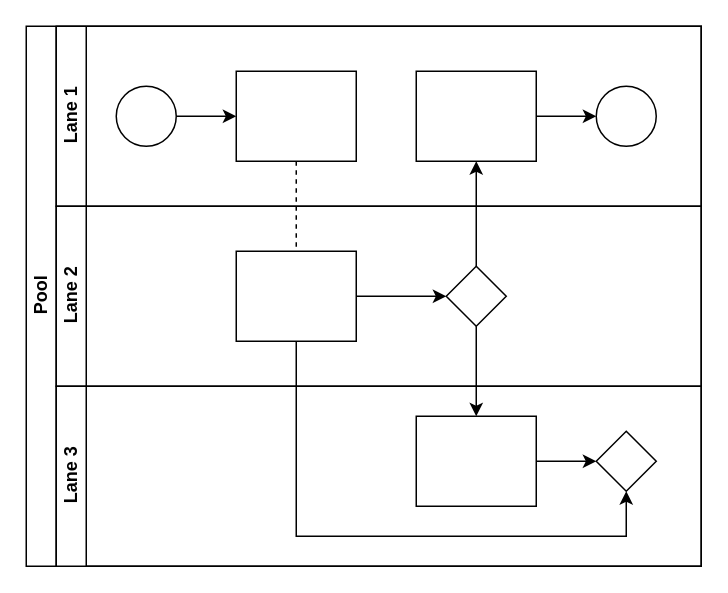
odtuders/learning keeps this draw.io diagram as Untitled Diagram.drawio. Above is the earlier version. Source tidied: cells renumbered, new cells numbered last; positions are measured from the earlier drawing's top-left corner, leaving out a move shared by most shapes. Both pictures are drawn from the tidied source at 150%, with x=0, y=0 at pixel (26, 26).
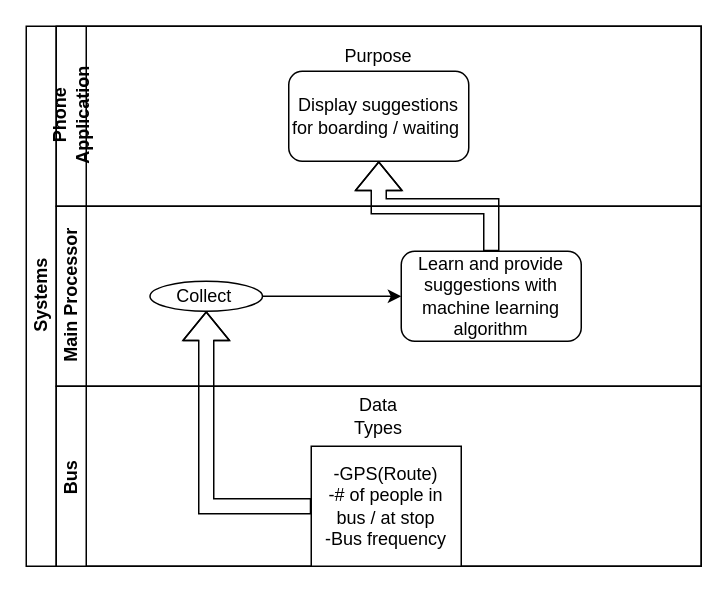
The same page after the edit.

The edit, as a diff of the source:
```diff
@@
-    <mxCell id="2" value="Pool" style="swimlane;html=1;horizontal=0;startSize=20;" parent="1" vertex="1">
+    <mxCell id="2" value="Systems" style="swimlane;html=1;horizontal=0;startSize=20;" parent="1" vertex="1">
       <mxGeometry width="450" height="360" as="geometry" />
     </mxCell>
-    <mxCell id="3" style="edgeStyle=orthogonalEdgeStyle;rounded=0;jettySize=auto;html=1;dashed=1;endArrow=none;endFill=0;" parent="2" edge="1" source="10" target="16">
-      <mxGeometry relative="1" as="geometry" />
-    </mxCell>
-    <mxCell id="4" style="edgeStyle=orthogonalEdgeStyle;rounded=0;jettySize=auto;html=1;endArrow=classic;endFill=1;" parent="2" edge="1" source="17" target="12">
-      <mxGeometry relative="1" as="geometry" />
-    </mxCell>
-    <mxCell id="5" style="edgeStyle=orthogonalEdgeStyle;rounded=0;jettySize=auto;html=1;endArrow=classic;endFill=1;" parent="2" edge="1" source="17" target="20">
-      <mxGeometry relative="1" as="geometry" />
-    </mxCell>
-    <mxCell id="6" style="edgeStyle=orthogonalEdgeStyle;rounded=0;jettySize=auto;html=1;endArrow=classic;endFill=1;" parent="2" edge="1" source="16" target="21">
-      <mxGeometry relative="1" as="geometry">
-        <Array as="points">
-          <mxPoint x="180" y="340" />
-          <mxPoint x="400" y="340" />
-        </Array>
-      </mxGeometry>
-    </mxCell>
-    <mxCell id="7" value="Lane 1" style="swimlane;html=1;startSize=20;horizontal=0;" parent="2" vertex="1">
+    <mxCell id="7" value="Phone &lt;br&gt;Application" style="swimlane;html=1;startSize=20;horizontal=0;" parent="2" vertex="1">
       <mxGeometry x="20" width="430" height="120" as="geometry" />
     </mxCell>
-    <mxCell id="8" style="edgeStyle=orthogonalEdgeStyle;rounded=0;jettySize=auto;html=1;" parent="7" edge="1" source="9" target="10">
-      <mxGeometry relative="1" as="geometry" />
-    </mxCell>
-    <mxCell id="9" style="ellipse;whiteSpace=wrap;html=1;" parent="7" vertex="1">
-      <mxGeometry x="40" y="40" width="40" height="40" as="geometry" />
-    </mxCell>
-    <mxCell id="10" style="rounded=0;whiteSpace=wrap;html=1;fontFamily=Helvetica;fontSize=12;fontColor=#000000;align=center;" parent="7" vertex="1">
-      <mxGeometry x="120" y="30" width="80" height="60" as="geometry" />
-    </mxCell>
-    <mxCell id="11" style="edgeStyle=orthogonalEdgeStyle;rounded=0;jettySize=auto;html=1;endArrow=classic;endFill=1;" parent="7" edge="1" source="12" target="13">
-      <mxGeometry relative="1" as="geometry" />
-    </mxCell>
-    <mxCell id="12" style="rounded=0;whiteSpace=wrap;html=1;fontFamily=Helvetica;fontSize=12;fontColor=#000000;align=center;" parent="7" vertex="1">
-      <mxGeometry x="240" y="30" width="80" height="60" as="geometry" />
-    </mxCell>
-    <mxCell id="13" style="ellipse;whiteSpace=wrap;html=1;" parent="7" vertex="1">
-      <mxGeometry x="360" y="40" width="40" height="40" as="geometry" />
-    </mxCell>
+    <mxCell id="22" value="Display suggestions for boarding / waiting&amp;nbsp;" style="rounded=1;whiteSpace=wrap;html=1;" parent="7" vertex="1">
+      <mxGeometry x="155" y="30" width="120" height="60" as="geometry" />
+    </mxCell>
+    <mxCell id="23" value="Purpose" style="text;html=1;strokeColor=none;fillColor=none;align=center;verticalAlign=middle;whiteSpace=wrap;rounded=0;" parent="7" vertex="1">
+      <mxGeometry x="195" y="10" width="40" height="20" as="geometry" />
+    </mxCell>
-    <mxCell id="14" value="Lane 2" style="swimlane;html=1;startSize=20;horizontal=0;" parent="2" vertex="1">
+    <mxCell id="14" value="Main Processor" style="swimlane;html=1;startSize=20;horizontal=0;" parent="2" vertex="1">
       <mxGeometry x="20" y="120" width="430" height="120" as="geometry" />
     </mxCell>
-    <mxCell id="15" style="edgeStyle=orthogonalEdgeStyle;rounded=0;jettySize=auto;html=1;endArrow=classic;endFill=1;" parent="14" edge="1" source="16" target="17">
-      <mxGeometry relative="1" as="geometry" />
-    </mxCell>
-    <mxCell id="16" style="rounded=0;whiteSpace=wrap;html=1;fontFamily=Helvetica;fontSize=12;fontColor=#000000;align=center;" parent="14" vertex="1">
-      <mxGeometry x="120" y="30" width="80" height="60" as="geometry" />
-    </mxCell>
-    <mxCell id="17" style="rhombus;whiteSpace=wrap;html=1;fontFamily=Helvetica;fontSize=12;fontColor=#000000;align=center;" parent="14" vertex="1">
-      <mxGeometry x="260" y="40" width="40" height="40" as="geometry" />
-    </mxCell>
+    <mxCell id="24" style="edgeStyle=orthogonalEdgeStyle;rounded=0;jettySize=auto;html=1;exitX=1;exitY=0.5;exitDx=0;exitDy=0;entryX=0;entryY=0.5;entryDx=0;entryDy=0;" parent="14" edge="1" source="25" target="26">
+      <mxGeometry relative="1" as="geometry" />
+    </mxCell>
+    <mxCell id="25" value="Collect&amp;nbsp;" style="ellipse;whiteSpace=wrap;html=1;" parent="14" vertex="1">
+      <mxGeometry x="62.5" y="50" width="75" height="20" as="geometry" />
+    </mxCell>
+    <mxCell id="26" value="Learn and provide suggestions with machine learning algorithm" style="rounded=1;whiteSpace=wrap;html=1;" parent="14" vertex="1">
+      <mxGeometry x="230" y="30" width="120" height="60" as="geometry" />
+    </mxCell>
-    <mxCell id="18" value="Lane 3" style="swimlane;html=1;startSize=20;horizontal=0;" parent="2" vertex="1">
+    <mxCell id="18" value="Bus&amp;nbsp;" style="swimlane;html=1;startSize=20;horizontal=0;" parent="2" vertex="1">
       <mxGeometry x="20" y="240" width="430" height="120" as="geometry" />
     </mxCell>
-    <mxCell id="19" style="edgeStyle=orthogonalEdgeStyle;rounded=0;jettySize=auto;html=1;endArrow=classic;endFill=1;" parent="18" edge="1" source="20" target="21">
-      <mxGeometry relative="1" as="geometry" />
-    </mxCell>
-    <mxCell id="20" style="rounded=0;whiteSpace=wrap;html=1;fontFamily=Helvetica;fontSize=12;fontColor=#000000;align=center;" parent="18" vertex="1">
-      <mxGeometry x="240" y="20" width="80" height="60" as="geometry" />
+    <mxCell id="20" value="-GPS(Route)&lt;br&gt;-# of people in bus / at stop&lt;br&gt;-Bus frequency" style="rounded=0;whiteSpace=wrap;html=1;fontFamily=Helvetica;fontSize=12;fontColor=#000000;align=center;" parent="18" vertex="1">
+      <mxGeometry x="170" y="40" width="100" height="80" as="geometry" />
     </mxCell>
-    <mxCell id="21" style="rhombus;whiteSpace=wrap;html=1;fontFamily=Helvetica;fontSize=12;fontColor=#000000;align=center;" parent="18" vertex="1">
-      <mxGeometry x="360" y="30" width="40" height="40" as="geometry" />
-    </mxCell>
+    <mxCell id="27" value="Data Types" style="text;html=1;strokeColor=none;fillColor=none;align=center;verticalAlign=middle;whiteSpace=wrap;rounded=0;" parent="18" vertex="1">
+      <mxGeometry x="195" y="10" width="40" height="20" as="geometry" />
+    </mxCell>
+    <mxCell id="28" style="edgeStyle=orthogonalEdgeStyle;shape=flexArrow;rounded=0;jettySize=auto;html=1;entryX=0.5;entryY=1;entryDx=0;entryDy=0;" parent="2" edge="1" source="20" target="25">
+      <mxGeometry relative="1" as="geometry" />
+    </mxCell>
+    <mxCell id="29" style="edgeStyle=orthogonalEdgeStyle;shape=flexArrow;rounded=0;jettySize=auto;html=1;entryX=0.5;entryY=1;entryDx=0;entryDy=0;" parent="2" edge="1" source="26" target="22">
+      <mxGeometry relative="1" as="geometry" />
+    </mxCell>
```
